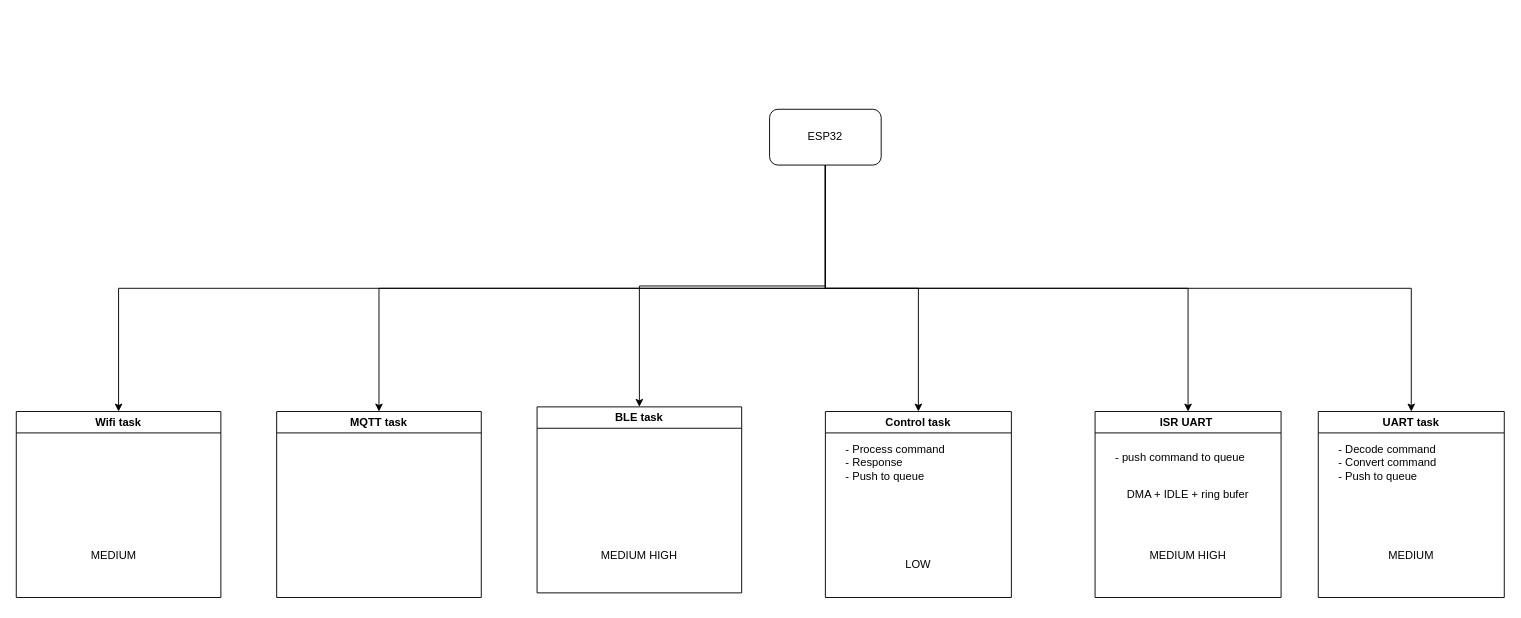
The draw.io diagram System_Design/ESP_Component_Design.drawio in anhtuanhoanghuy/Cubik_8x8x8, before the edit. Source tidied: cells renumbered, new cells numbered last; positions are measured from the earlier drawing's top-left corner, leaving out a move shared by most shapes. Both pictures are drawn from the tidied source at 93%, with x=0, y=0 at pixel (16, 109).
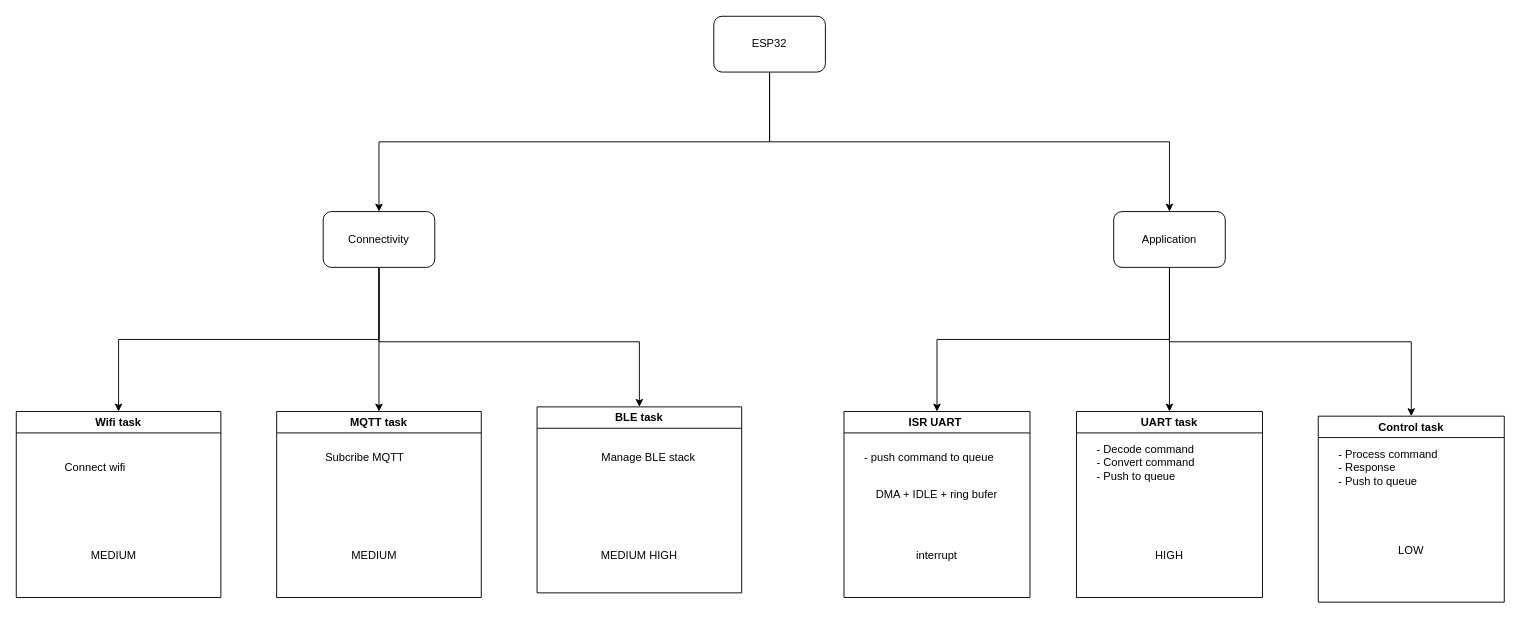
After the change.

Commit message:
update component design

The change refers to these unchanged cells:
```xml
<mxCell id="11" value="BLE task" style="swimlane;whiteSpace=wrap;html=1;" parent="1" vertex="1">
  <mxGeometry x="560" y="320" width="220" height="200" as="geometry" />
</mxCell>
<mxCell id="19" value="MQTT task" style="swimlane;whiteSpace=wrap;html=1;" parent="1" vertex="1">
  <mxGeometry x="280" y="325" width="220" height="200" as="geometry" />
</mxCell>
```

The edit, as a diff of the source:
```diff
@@
-    <mxCell id="3" style="edgeStyle=orthogonalEdgeStyle;rounded=0;jettySize=auto;html=1;exitX=0.5;exitY=1;exitDx=0;exitDy=0;entryX=0.5;entryY=0;entryDx=0;entryDy=0;" parent="1" edge="1" source="8" target="16">
-      <mxGeometry relative="1" as="geometry" />
-    </mxCell>
@@
     <mxCell id="5" style="edgeStyle=orthogonalEdgeStyle;rounded=0;jettySize=auto;html=1;exitX=0.5;exitY=1;exitDx=0;exitDy=0;entryX=0.5;entryY=0;entryDx=0;entryDy=0;" parent="1" edge="1" source="8" target="11">
       <mxGeometry relative="1" as="geometry">
         <Array as="points">
-          <mxPoint x="870" y="190" />
-          <mxPoint x="670" y="190" />
+          <mxPoint x="390" y="250" />
+          <mxPoint x="670" y="250" />
         </Array>
       </mxGeometry>
     </mxCell>
-    <mxCell id="6" style="edgeStyle=orthogonalEdgeStyle;rounded=0;jettySize=auto;html=1;exitX=0.5;exitY=1;exitDx=0;exitDy=0;entryX=0.5;entryY=0;entryDx=0;entryDy=0;" parent="1" edge="1" source="8" target="13">
-      <mxGeometry relative="1" as="geometry" />
-    </mxCell>
-    <mxCell id="7" style="edgeStyle=orthogonalEdgeStyle;rounded=0;jettySize=auto;html=1;exitX=0.5;exitY=1;exitDx=0;exitDy=0;" parent="1" edge="1" source="8" target="20">
-      <mxGeometry relative="1" as="geometry" />
-    </mxCell>
-    <mxCell id="8" value="ESP32" style="rounded=1;whiteSpace=wrap;html=1;" parent="1" vertex="1">
-      <mxGeometry x="810" width="120" height="60" as="geometry" />
+    <mxCell id="8" value="Connectivity" style="rounded=1;whiteSpace=wrap;html=1;" parent="1" vertex="1">
+      <mxGeometry x="330" y="110" width="120" height="60" as="geometry" />
     </mxCell>
@@
     <mxCell id="13" value="Control task" style="swimlane;whiteSpace=wrap;html=1;" parent="1" vertex="1">
-      <mxGeometry x="870" y="325" width="200" height="200" as="geometry" />
+      <mxGeometry x="1400" y="330" width="200" height="200" as="geometry" />
     </mxCell>
     <mxCell id="14" value="LOW" style="text;html=1;whiteSpace=wrap;strokeColor=none;fillColor=none;align=center;verticalAlign=middle;rounded=0;" parent="13" vertex="1">
-      <mxGeometry x="55" y="150" width="90" height="30" as="geometry" />
+      <mxGeometry x="55" y="130" width="90" height="30" as="geometry" />
     </mxCell>
@@
     <mxCell id="16" value="UART task" style="swimlane;whiteSpace=wrap;html=1;" parent="1" vertex="1">
-      <mxGeometry x="1400" y="325" width="200" height="200" as="geometry" />
+      <mxGeometry x="1140" y="325" width="200" height="200" as="geometry" />
     </mxCell>
-    <mxCell id="17" value="MEDIUM" style="text;html=1;whiteSpace=wrap;strokeColor=none;fillColor=none;align=center;verticalAlign=middle;rounded=0;" parent="16" vertex="1">
+    <mxCell id="17" value="HIGH" style="text;html=1;whiteSpace=wrap;strokeColor=none;fillColor=none;align=center;verticalAlign=middle;rounded=0;" parent="16" vertex="1">
       <mxGeometry x="55" y="140" width="90" height="30" as="geometry" />
     </mxCell>
@@
+    <mxCell id="24" value="MEDIUM" style="text;html=1;whiteSpace=wrap;strokeColor=none;fillColor=none;align=center;verticalAlign=middle;rounded=0;" parent="19" vertex="1">
+      <mxGeometry x="60" y="140" width="90" height="30" as="geometry" />
+    </mxCell>
     <mxCell id="20" value="ISR UART&amp;nbsp;" style="swimlane;whiteSpace=wrap;html=1;" parent="1" vertex="1">
-      <mxGeometry x="1160" y="325" width="200" height="200" as="geometry" />
+      <mxGeometry x="890" y="325" width="200" height="200" as="geometry" />
     </mxCell>
-    <mxCell id="21" value="MEDIUM HIGH" style="text;html=1;whiteSpace=wrap;strokeColor=none;fillColor=none;align=center;verticalAlign=middle;rounded=0;" parent="20" vertex="1">
+    <mxCell id="21" value="interrupt" style="text;html=1;whiteSpace=wrap;strokeColor=none;fillColor=none;align=center;verticalAlign=middle;rounded=0;" parent="20" vertex="1">
       <mxGeometry x="55" y="140" width="90" height="30" as="geometry" />
     </mxCell>
@@
+    <mxCell id="25" style="edgeStyle=orthogonalEdgeStyle;rounded=0;jettySize=auto;html=1;exitX=0.5;exitY=1;exitDx=0;exitDy=0;entryX=0.5;entryY=0;entryDx=0;entryDy=0;" parent="1" edge="1" source="28" target="20">
+      <mxGeometry relative="1" as="geometry" />
+    </mxCell>
+    <mxCell id="26" style="edgeStyle=orthogonalEdgeStyle;rounded=0;jettySize=auto;html=1;exitX=0.5;exitY=1;exitDx=0;exitDy=0;entryX=0.5;entryY=0;entryDx=0;entryDy=0;" parent="1" edge="1" source="28" target="16">
+      <mxGeometry relative="1" as="geometry" />
+    </mxCell>
+    <mxCell id="27" style="edgeStyle=orthogonalEdgeStyle;rounded=0;jettySize=auto;html=1;exitX=0.5;exitY=1;exitDx=0;exitDy=0;entryX=0.5;entryY=0;entryDx=0;entryDy=0;" parent="1" edge="1" source="28" target="13">
+      <mxGeometry relative="1" as="geometry" />
+    </mxCell>
+    <mxCell id="28" value="Application" style="rounded=1;whiteSpace=wrap;html=1;" parent="1" vertex="1">
+      <mxGeometry x="1180" y="110" width="120" height="60" as="geometry" />
+    </mxCell>
+    <mxCell id="29" style="edgeStyle=orthogonalEdgeStyle;rounded=0;jettySize=auto;html=1;exitX=0.5;exitY=1;exitDx=0;exitDy=0;entryX=0.5;entryY=0;entryDx=0;entryDy=0;" parent="1" edge="1" source="31" target="8">
+      <mxGeometry relative="1" as="geometry" />
+    </mxCell>
+    <mxCell id="30" style="edgeStyle=orthogonalEdgeStyle;rounded=0;jettySize=auto;html=1;exitX=0.5;exitY=1;exitDx=0;exitDy=0;" parent="1" edge="1" source="31" target="28">
+      <mxGeometry relative="1" as="geometry" />
+    </mxCell>
+    <mxCell id="31" value="ESP32" style="rounded=1;whiteSpace=wrap;html=1;" parent="1" vertex="1">
+      <mxGeometry x="750" y="-100" width="120" height="60" as="geometry" />
+    </mxCell>
+    <mxCell id="32" value="Connect wifi" style="text;html=1;whiteSpace=wrap;strokeColor=none;fillColor=none;align=center;verticalAlign=middle;rounded=0;" parent="1" vertex="1">
+      <mxGeometry x="30" y="370" width="110" height="30" as="geometry" />
+    </mxCell>
+    <mxCell id="33" value="Subcribe MQTT" style="text;html=1;whiteSpace=wrap;strokeColor=none;fillColor=none;align=center;verticalAlign=middle;rounded=0;" parent="1" vertex="1">
+      <mxGeometry x="320" y="360" width="110" height="30" as="geometry" />
+    </mxCell>
+    <mxCell id="34" value="Manage BLE stack" style="text;html=1;whiteSpace=wrap;strokeColor=none;fillColor=none;align=center;verticalAlign=middle;rounded=0;" parent="1" vertex="1">
+      <mxGeometry x="610" y="360" width="140" height="30" as="geometry" />
+    </mxCell>
```
